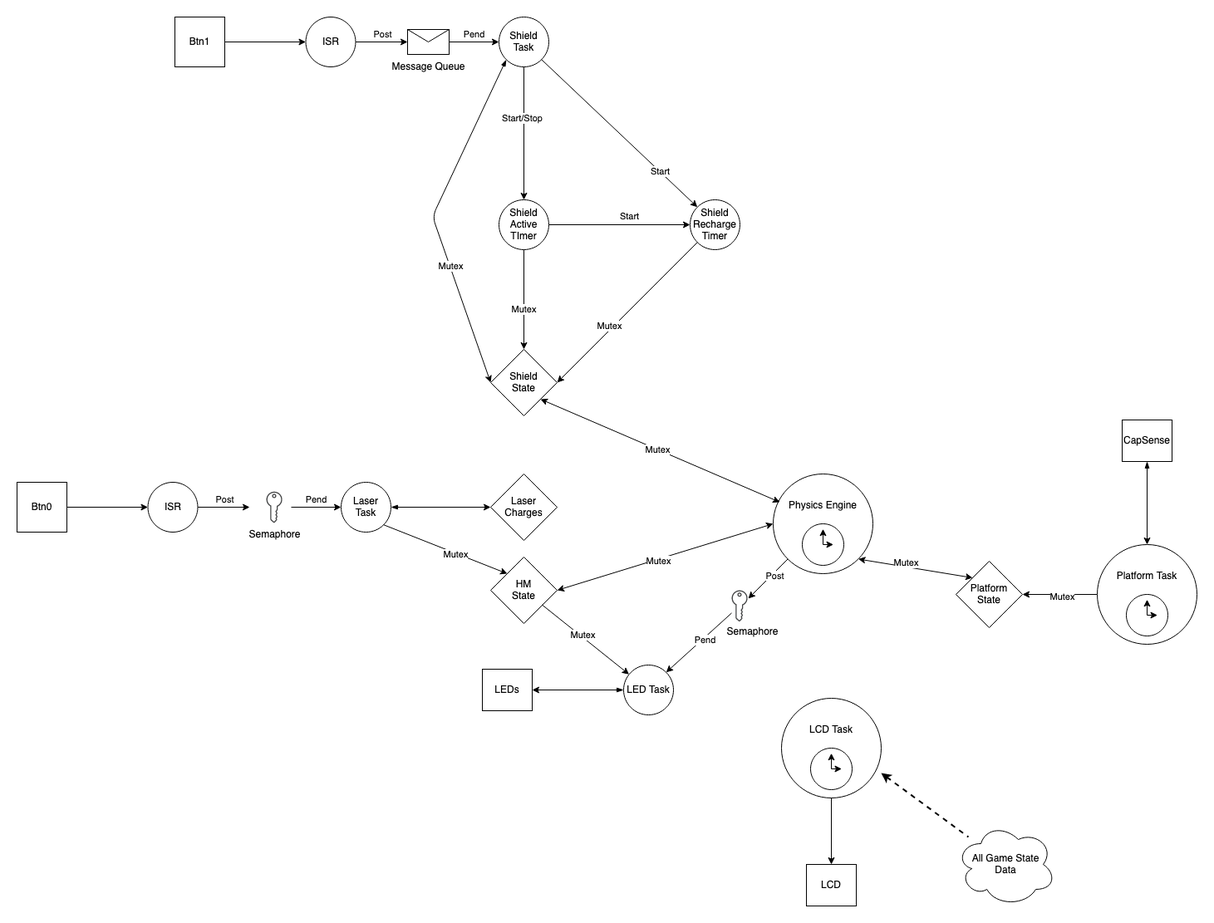
Earlier version of the draw.io export task_diagram.drawio.png (willsnider927/HoltzmanPong_RTOS). Source tidied: cells renumbered, new cells last; positions are measured from the earlier drawing's top-left corner, leaving out a move shared by most shapes.
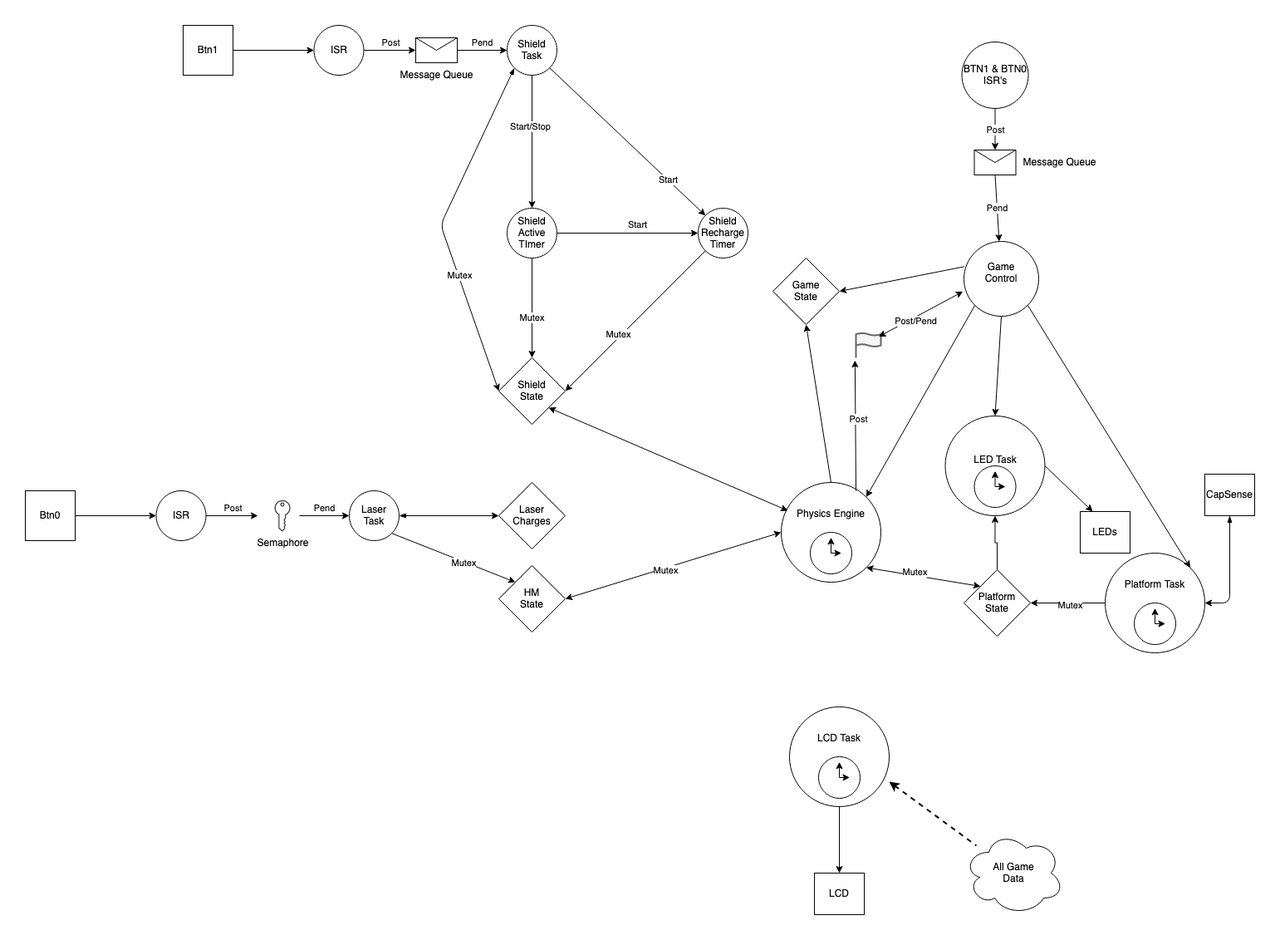
Above is the later version.

Diff of the diagram source:
```diff
@@ -111,9 +111,6 @@
     <mxCell id="32" style="endArrow=classic;startArrow=classic;html=1;rounded=1;exitX=0.067;exitY=0.283;exitDx=0;exitDy=0;exitPerimeter=0;entryX=1;entryY=1;entryDx=0;entryDy=0;" parent="1" edge="1" source="2" target="18">
       <mxGeometry relative="1" as="geometry" />
     </mxCell>
-    <mxCell id="33" value="Mutex" style="edgeLabel;html=1;align=center;verticalAlign=middle;" parent="32" vertex="1">
-      <mxGeometry x="0.03" relative="1" as="geometry" />
-    </mxCell>
     <mxCell id="34" style="group;" parent="1" vertex="1">
       <mxGeometry y="560" width="450" height="60" as="geometry" />
     </mxCell>
@@ -177,46 +174,14 @@
     <mxCell id="50" value="Mutex" style="edgeLabel;html=1;align=center;verticalAlign=middle;" parent="49" vertex="1">
       <mxGeometry x="-0.07" y="-2" relative="1" as="geometry" />
     </mxCell>
-    <mxCell id="51" style="edgeStyle=orthogonalEdgeStyle;rounded=1;jettySize=auto;html=1;exitX=0;exitY=0.5;exitDx=0;exitDy=0;entryX=1;entryY=0.5;entryDx=0;entryDy=0;startArrow=blockThin;startFill=1;" parent="1" edge="1" source="52" target="61">
-      <mxGeometry relative="1" as="geometry" />
-    </mxCell>
-    <mxCell id="52" value="LED Task" style="ellipse;whiteSpace=wrap;html=1;" parent="1" vertex="1">
-      <mxGeometry x="730" y="780" width="60" height="60" as="geometry" />
-    </mxCell>
-    <mxCell id="53" style="endArrow=classic;html=1;rounded=1;" parent="1" edge="1" source="46" target="52">
-      <mxGeometry relative="1" as="geometry" />
-    </mxCell>
-    <mxCell id="54" value="Mutex" style="edgeLabel;html=1;align=center;verticalAlign=middle;" parent="53" vertex="1">
-      <mxGeometry x="-0.1" y="2" relative="1" as="geometry" />
-    </mxCell>
-    <mxCell id="55" style="endArrow=classic;html=1;rounded=1;exitX=0;exitY=1;exitDx=0;exitDy=0;" parent="1" edge="1" source="2">
-      <mxGeometry relative="1" as="geometry">
-        <mxPoint x="880" y="700" as="targetPoint" />
-      </mxGeometry>
-    </mxCell>
-    <mxCell id="56" value="Post" style="edgeLabel;html=1;align=center;verticalAlign=middle;" parent="55" vertex="1">
-      <mxGeometry x="-0.22" y="3" relative="1" as="geometry" />
-    </mxCell>
-    <mxCell id="57" style="sketch=0;shadow=0;dashed=0;html=1;strokeColor=none;fillColor=#434445;labelPosition=center;verticalLabelPosition=bottom;verticalAlign=top;align=center;outlineConnect=0;shape=mxgraph.vvd.tenant_key;" parent="1" vertex="1">
-      <mxGeometry x="860" y="690" width="19.1" height="37.5" as="geometry" />
-    </mxCell>
-    <mxCell id="58" style="endArrow=classic;html=1;rounded=1;entryX=1;entryY=0;entryDx=0;entryDy=0;" parent="1" edge="1" source="57" target="52">
-      <mxGeometry relative="1" as="geometry" />
-    </mxCell>
-    <mxCell id="59" value="Pend" style="edgeLabel;html=1;align=center;verticalAlign=middle;" parent="58" vertex="1">
-      <mxGeometry x="-0.16" y="2" relative="1" as="geometry" />
-    </mxCell>
-    <mxCell id="60" value="Semaphore" style="text;html=1;align=center;verticalAlign=middle;strokeColor=none;fillColor=none;" parent="1" vertex="1">
-      <mxGeometry x="840" y="725" width="90" height="30" as="geometry" />
-    </mxCell>
     <mxCell id="61" value="LEDs" style="rounded=0;whiteSpace=wrap;html=1;" parent="1" vertex="1">
-      <mxGeometry x="560" y="785" width="60" height="50" as="geometry" />
+      <mxGeometry x="1270" y="585" width="60" height="50" as="geometry" />
     </mxCell>
-    <mxCell id="62" style="edgeStyle=orthogonalEdgeStyle;rounded=1;jettySize=auto;html=1;exitX=0.5;exitY=1;exitDx=0;exitDy=0;startArrow=blockThin;startFill=1;" parent="1" edge="1" source="63" target="66">
+    <mxCell id="62" style="edgeStyle=orthogonalEdgeStyle;rounded=1;jettySize=auto;html=1;exitX=0.5;exitY=1;exitDx=0;exitDy=0;startArrow=blockThin;startFill=1;entryX=1;entryY=0.5;entryDx=0;entryDy=0;" parent="1" edge="1" source="63" target="66">
       <mxGeometry relative="1" as="geometry" />
     </mxCell>
     <mxCell id="63" value="CapSense" style="rounded=0;whiteSpace=wrap;html=1;" parent="1" vertex="1">
-      <mxGeometry x="1330" y="485" width="60" height="50" as="geometry" />
+      <mxGeometry x="1420" y="540" width="60" height="50" as="geometry" />
     </mxCell>
     <mxCell id="64" style="edgeStyle=orthogonalEdgeStyle;rounded=1;jettySize=auto;html=1;exitX=0;exitY=0.5;exitDx=0;exitDy=0;startArrow=none;startFill=0;" parent="1" edge="1" source="66" target="71">
       <mxGeometry relative="1" as="geometry" />
@@ -245,6 +210,9 @@
         <mxPoint x="25" y="6.2" as="targetPoint" />
       </mxGeometry>
     </mxCell>
+    <mxCell id="83" style="edgeStyle=orthogonalEdgeStyle;rounded=0;jettySize=auto;html=1;entryX=0.5;entryY=1;entryDx=0;entryDy=0;" parent="1" edge="1" source="71" target="52">
+      <mxGeometry relative="1" as="geometry" />
+    </mxCell>
     <mxCell id="71" value="&lt;div&gt;Platform&lt;br&gt;&lt;/div&gt;&lt;div&gt;State&lt;br&gt;&lt;/div&gt;" style="rhombus;whiteSpace=wrap;html=1;" parent="1" vertex="1">
       <mxGeometry x="1130" y="655" width="80" height="80" as="geometry" />
     </mxCell>
@@ -282,7 +250,7 @@
         <mxPoint x="1040" y="910" as="sourcePoint" />
       </mxGeometry>
     </mxCell>
-    <mxCell id="80" value="&lt;div&gt;All Game State&lt;/div&gt;&lt;div&gt;Data&lt;br&gt;&lt;/div&gt;" style="ellipse;shape=cloud;whiteSpace=wrap;html=1;" parent="1" vertex="1">
+    <mxCell id="80" value="&lt;div&gt;All Game&lt;br&gt;&lt;/div&gt;&lt;div&gt;Data&lt;br&gt;&lt;/div&gt;" style="ellipse;shape=cloud;whiteSpace=wrap;html=1;" parent="1" vertex="1">
       <mxGeometry x="1130" y="970" width="120" height="100" as="geometry" />
     </mxCell>
     <mxCell id="81" value="LCD" style="rounded=0;whiteSpace=wrap;html=1;" parent="1" vertex="1">
@@ -291,5 +259,82 @@
     <mxCell id="82" style="endArrow=classic;html=1;rounded=1;strokeWidth=1;entryX=0.5;entryY=0;entryDx=0;entryDy=0;exitX=0.5;exitY=1;exitDx=0;exitDy=0;" parent="1" edge="1" source="74" target="81">
       <mxGeometry relative="1" as="geometry" />
     </mxCell>
+    <mxCell id="52" value="&lt;div&gt;LED Task&lt;/div&gt;&lt;div&gt;&lt;br&gt;&lt;/div&gt;" style="ellipse;whiteSpace=wrap;html=1;" parent="1" vertex="1">
+      <mxGeometry x="1107.5" y="470" width="120" height="120" as="geometry" />
+    </mxCell>
+    <mxCell id="84" style="group;" parent="1" vertex="1">
+      <mxGeometry x="1142.5" y="530" width="50" height="50" as="geometry" />
+    </mxCell>
+    <mxCell id="85" style="ellipse;whiteSpace=wrap;html=1;" parent="84" vertex="1">
+      <mxGeometry width="50" height="50" as="geometry" />
+    </mxCell>
+    <mxCell id="86" style="edgeStyle=orthogonalEdgeStyle;rounded=0;orthogonalLoop=1;jettySize=auto;html=1;exitX=1;exitY=0.5;exitDx=0;exitDy=0;" parent="84" edge="1">
+      <mxGeometry relative="1" as="geometry">
+        <mxPoint x="25" y="25" as="sourcePoint" />
+        <mxPoint x="37.5" y="25" as="targetPoint" />
+      </mxGeometry>
+    </mxCell>
+    <mxCell id="87" style="endArrow=classic;html=1;rounded=0;" parent="84" edge="1">
+      <mxGeometry relative="1" as="geometry">
+        <mxPoint x="25" y="25" as="sourcePoint" />
+        <mxPoint x="25" y="6.2" as="targetPoint" />
+      </mxGeometry>
+    </mxCell>
+    <mxCell id="88" value="&lt;div&gt;Game&lt;/div&gt;&lt;div&gt;Control&lt;br&gt;&lt;/div&gt;&lt;div&gt;&lt;br&gt;&lt;/div&gt;" style="ellipse;whiteSpace=wrap;html=1;" parent="1" vertex="1">
+      <mxGeometry x="1130" y="260" width="90" height="90" as="geometry" />
+    </mxCell>
+    <mxCell id="51" style="endArrow=classic;html=1;rounded=0;exitX=1;exitY=0.5;exitDx=0;exitDy=0;entryX=0.25;entryY=0;entryDx=0;entryDy=0;" parent="1" edge="1" source="52" target="61">
+      <mxGeometry relative="1" as="geometry" />
+    </mxCell>
+    <mxCell id="89" style="endArrow=classic;html=1;rounded=0;exitX=0;exitY=1;exitDx=0;exitDy=0;entryX=1;entryY=0;entryDx=0;entryDy=0;" parent="1" edge="1" source="88" target="2">
+      <mxGeometry relative="1" as="geometry" />
+    </mxCell>
+    <mxCell id="90" style="endArrow=classic;html=1;rounded=0;exitX=0.5;exitY=1;exitDx=0;exitDy=0;entryX=0.5;entryY=0;entryDx=0;entryDy=0;" parent="1" edge="1" source="88" target="52">
+      <mxGeometry relative="1" as="geometry" />
+    </mxCell>
+    <mxCell id="91" style="endArrow=classic;html=1;rounded=0;exitX=1;exitY=1;exitDx=0;exitDy=0;entryX=1;entryY=0;entryDx=0;entryDy=0;" parent="1" edge="1" source="88" target="66">
+      <mxGeometry relative="1" as="geometry" />
+    </mxCell>
+    <mxCell id="92" value="&lt;div&gt;Game&lt;/div&gt;&lt;div&gt;State&lt;br&gt;&lt;/div&gt;" style="rhombus;whiteSpace=wrap;html=1;" parent="1" vertex="1">
+      <mxGeometry x="900" y="280" width="80" height="80" as="geometry" />
+    </mxCell>
+    <mxCell id="93" style="endArrow=classic;html=1;rounded=0;exitX=0.5;exitY=0;exitDx=0;exitDy=0;entryX=0.5;entryY=1;entryDx=0;entryDy=0;" parent="1" edge="1" source="2" target="92">
+      <mxGeometry relative="1" as="geometry" />
+    </mxCell>
+    <mxCell id="94" style="endArrow=classic;html=1;rounded=0;exitX=0.003;exitY=0.337;exitDx=0;exitDy=0;exitPerimeter=0;entryX=1;entryY=0.5;entryDx=0;entryDy=0;" parent="1" edge="1" source="88" target="92">
+      <mxGeometry relative="1" as="geometry" />
+    </mxCell>
+    <mxCell id="95" style="html=1;verticalLabelPosition=bottom;align=center;labelBackgroundColor=#ffffff;verticalAlign=top;strokeWidth=2;strokeColor=#666666;shadow=0;dashed=0;shape=mxgraph.ios7.icons.flag;fillColor=#f5f5f5;fontColor=#333333;" parent="1" vertex="1">
+      <mxGeometry x="1000" y="370" width="30" height="30" as="geometry" />
+    </mxCell>
+    <mxCell id="96" style="endArrow=classic;html=1;rounded=0;exitX=0.75;exitY=0.083;exitDx=0;exitDy=0;exitPerimeter=0;entryX=-0.038;entryY=1.105;entryDx=0;entryDy=0;entryPerimeter=0;" parent="1" edge="1" source="2" target="95">
+      <mxGeometry relative="1" as="geometry" />
+    </mxCell>
+    <mxCell id="56" value="Post" style="edgeLabel;html=1;align=center;verticalAlign=middle;" parent="96" vertex="1">
+      <mxGeometry x="0.11" y="-3" relative="1" as="geometry" />
+    </mxCell>
+    <mxCell id="97" style="endArrow=classic;html=1;rounded=0;entryX=-0.013;entryY=0.67;entryDx=0;entryDy=0;entryPerimeter=0;exitX=0.914;exitY=0.152;exitDx=0;exitDy=0;exitPerimeter=0;startArrow=classic;startFill=1;" parent="1" edge="1" source="95" target="88">
+      <mxGeometry relative="1" as="geometry" />
+    </mxCell>
+    <mxCell id="98" value="Post/Pend" style="edgeLabel;html=1;align=center;verticalAlign=middle;" parent="97" vertex="1">
+      <mxGeometry x="-0.17" y="-5" relative="1" as="geometry">
+        <mxPoint y="-1" as="offset" />
+      </mxGeometry>
+    </mxCell>
+    <mxCell id="99" value="&lt;div&gt;BTN1 &amp;amp; BTN0&lt;/div&gt;&lt;div&gt;ISR's&lt;br&gt;&lt;/div&gt;" style="ellipse;whiteSpace=wrap;html=1;" parent="1" vertex="1">
+      <mxGeometry x="1127.5" y="20" width="80" height="80" as="geometry" />
+    </mxCell>
+    <mxCell id="100" style="shape=message;html=1;whiteSpace=wrap;html=1;outlineConnect=0;" parent="1" vertex="1">
+      <mxGeometry x="1142.5" y="150" width="50" height="30" as="geometry" />
+    </mxCell>
+    <mxCell id="101" value="Message Queue" style="text;html=1;align=center;verticalAlign=middle;strokeColor=none;fillColor=none;" parent="1" vertex="1">
+      <mxGeometry x="1190" y="150" width="110" height="30" as="geometry" />
+    </mxCell>
+    <mxCell id="102" value="Post" style="endArrow=classic;html=1;rounded=0;exitX=0.5;exitY=1;exitDx=0;exitDy=0;entryX=0.5;entryY=0;entryDx=0;entryDy=0;" parent="1" edge="1" source="99" target="100">
+      <mxGeometry relative="1" as="geometry" />
+    </mxCell>
+    <mxCell id="59" value="Pend" style="endArrow=classic;html=1;rounded=0;exitX=0.5;exitY=1;exitDx=0;exitDy=0;" parent="1" edge="1" source="100" target="88">
+      <mxGeometry relative="1" as="geometry" />
+    </mxCell>
   </root>
 </mxGraphModel>
```
